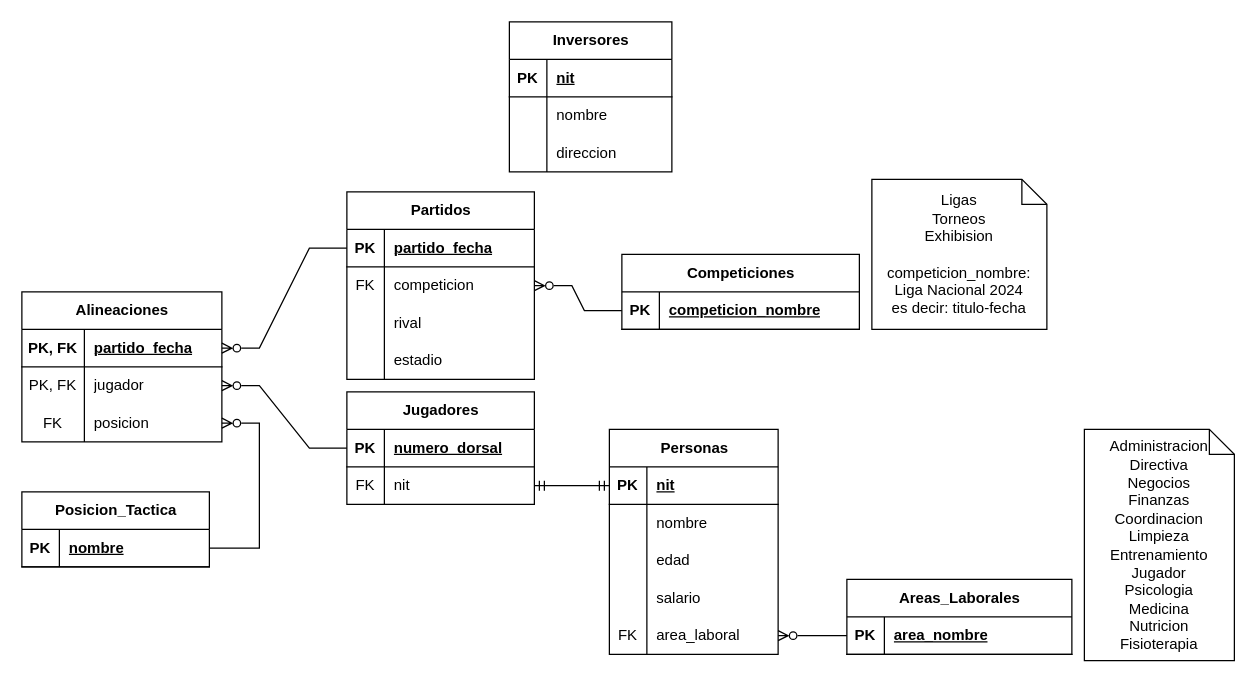
Before: docs/db-diagrama.drawio in javosw/HolaMundoXAMPP_Sistemas1-2024S2, a draw.io diagram. Source tidied: cells renumbered, new cells numbered last; positions are measured from the earlier drawing's top-left corner, leaving out a move shared by most shapes. Both pictures are drawn from the tidied source at 125%, with x=0, y=0 at pixel (21, 21).
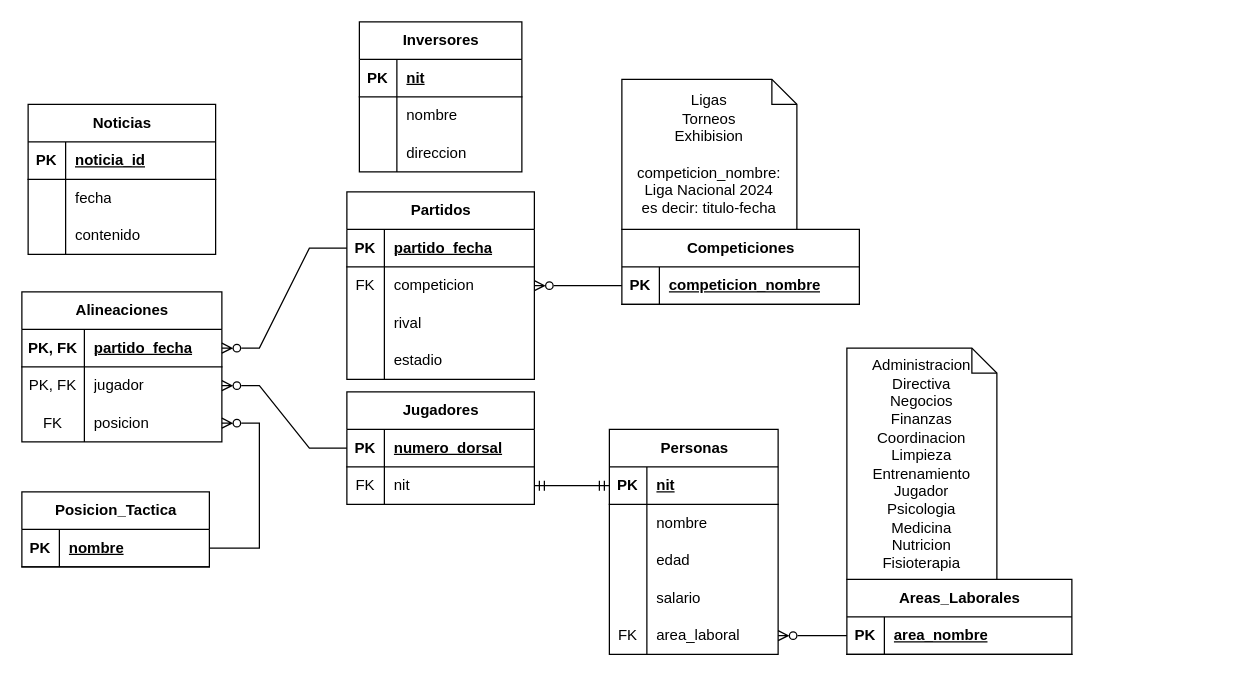
After the change.

Commit message (it also covers changes not shown here):
noticias del equipo agregada

The edit, as a diff of the source:
```diff
@@
     <mxCell id="2" value="Inversores" style="shape=table;startSize=30;childLayout=tableLayout;rowLines=0;fontStyle=1;align=center;html=1;" parent="1" vertex="1">
-      <mxGeometry x="390" width="130" height="120" as="geometry" />
+      <mxGeometry x="270" width="130" height="120" as="geometry" />
     </mxCell>
@@
     <mxCell id="32" value="Administracion&lt;div&gt;Directiva&lt;/div&gt;&lt;div&gt;Negocios&lt;/div&gt;&lt;div&gt;Finanzas&lt;/div&gt;&lt;div&gt;Coordinacion&lt;/div&gt;&lt;div&gt;Limpieza&lt;br&gt;&lt;div&gt;Entrenamiento&lt;/div&gt;&lt;div&gt;Jugador&lt;/div&gt;&lt;div&gt;Psicologia&lt;/div&gt;&lt;div&gt;Medicina&lt;/div&gt;&lt;div&gt;Nutricion&lt;/div&gt;&lt;div&gt;Fisioterapia&lt;/div&gt;&lt;/div&gt;" style="shape=note;size=20;whiteSpace=wrap;html=1;align=center;verticalAlign=middle;horizontal=1;labelPosition=center;verticalLabelPosition=middle;" parent="1" vertex="1">
-      <mxGeometry x="850" y="326" width="120" height="185" as="geometry" />
+      <mxGeometry x="660" y="261" width="120" height="185" as="geometry" />
     </mxCell>
     <mxCell id="33" value="Competiciones" style="shape=table;startSize=30;childLayout=tableLayout;rowLines=0;fontStyle=1;align=center;html=1;" parent="1" vertex="1">
-      <mxGeometry x="480" y="186" width="190" height="60" as="geometry" />
+      <mxGeometry x="480" y="166" width="190" height="60" as="geometry" />
     </mxCell>
@@
     <mxCell id="37" value="Ligas&lt;div&gt;Torneos&lt;/div&gt;&lt;div&gt;Exhibision&lt;/div&gt;&lt;div&gt;&lt;br&gt;&lt;/div&gt;&lt;div&gt;competicion_nombre:&lt;/div&gt;&lt;div&gt;Liga Nacional 2024&lt;/div&gt;&lt;div&gt;es decir: titulo-fecha&lt;/div&gt;" style="shape=note;size=20;whiteSpace=wrap;html=1;" parent="1" vertex="1">
-      <mxGeometry x="680" y="126" width="140" height="120" as="geometry" />
+      <mxGeometry x="480" y="46" width="140" height="120" as="geometry" />
     </mxCell>
@@
+    <mxCell id="78" value="Noticias" style="shape=table;startSize=30;childLayout=tableLayout;rowLines=0;fontStyle=1;align=center;html=1;" parent="1" vertex="1">
+      <mxGeometry x="5" y="66" width="150" height="120" as="geometry" />
+    </mxCell>
+    <mxCell id="79" style="shape=tableRow;horizontal=0;startSize=0;swimlaneHead=0;swimlaneBody=0;fillColor=none;top=0;left=0;right=0;bottom=1;" parent="78" vertex="1">
+      <mxGeometry y="30" width="150" height="30" as="geometry" />
+    </mxCell>
+    <mxCell id="80" value="PK" style="shape=partialRectangle;fillColor=none;top=0;left=0;bottom=0;right=0;fontStyle=1;overflow=hidden;whiteSpace=wrap;html=1;" parent="79" vertex="1">
+      <mxGeometry width="30" height="30" as="geometry" />
+    </mxCell>
+    <mxCell id="81" value="noticia_id" style="shape=partialRectangle;fillColor=none;top=0;left=0;bottom=0;right=0;align=left;spacingLeft=6;fontStyle=5;overflow=hidden;whiteSpace=wrap;html=1;" parent="79" vertex="1">
+      <mxGeometry x="30" width="120" height="30" as="geometry" />
+    </mxCell>
+    <mxCell id="82" style="shape=tableRow;horizontal=0;startSize=0;swimlaneHead=0;swimlaneBody=0;fillColor=none;top=0;left=0;right=0;bottom=0;" parent="78" vertex="1">
+      <mxGeometry y="60" width="150" height="30" as="geometry" />
+    </mxCell>
+    <mxCell id="83" style="shape=partialRectangle;fillColor=none;top=0;left=0;bottom=0;right=0;overflow=hidden;whiteSpace=wrap;html=1;" parent="82" vertex="1">
+      <mxGeometry width="30" height="30" as="geometry" />
+    </mxCell>
+    <mxCell id="84" value="fecha" style="shape=partialRectangle;fillColor=none;top=0;left=0;bottom=0;right=0;align=left;spacingLeft=6;overflow=hidden;whiteSpace=wrap;html=1;" parent="82" vertex="1">
+      <mxGeometry x="30" width="120" height="30" as="geometry" />
+    </mxCell>
+    <mxCell id="85" style="shape=tableRow;horizontal=0;startSize=0;swimlaneHead=0;swimlaneBody=0;fillColor=none;top=0;left=0;right=0;bottom=0;" parent="78" vertex="1">
+      <mxGeometry y="90" width="150" height="30" as="geometry" />
+    </mxCell>
+    <mxCell id="86" style="shape=partialRectangle;fillColor=none;top=0;left=0;bottom=0;right=0;overflow=hidden;whiteSpace=wrap;html=1;" parent="85" vertex="1">
+      <mxGeometry width="30" height="30" as="geometry" />
+    </mxCell>
+    <mxCell id="87" value="contenido" style="shape=partialRectangle;fillColor=none;top=0;left=0;bottom=0;right=0;align=left;spacingLeft=6;overflow=hidden;whiteSpace=wrap;html=1;" parent="85" vertex="1">
+      <mxGeometry x="30" width="120" height="30" as="geometry" />
+    </mxCell>
```
